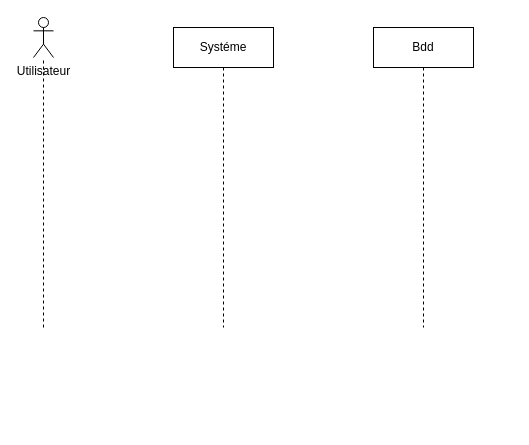
Earlier version of the draw.io diagram Untitled Diagram.drawio (islamhamdaoui/Radiology-system-diagrams). Source tidied: cells renumbered, new cells numbered last; positions are measured from the earlier drawing's top-left corner, leaving out a move shared by most shapes. Both pictures are drawn from the tidied source at 100%, with x=0, y=0 at pixel (33, 17).
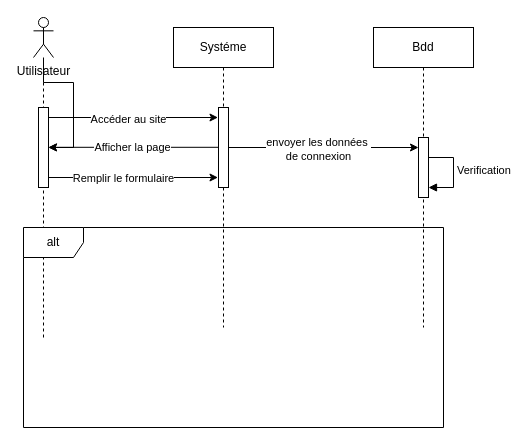
Above is the later version.

Unchanged cells that the change refers to:
```xml
<mxCell id="2" value="Systéme" style="shape=umlLifeline;perimeter=lifelinePerimeter;whiteSpace=wrap;html=1;newEdgeStyle={&quot;edgeStyle&quot;:&quot;elbowEdgeStyle&quot;,&quot;elbow&quot;:&quot;vertical&quot;,&quot;curved&quot;:0,&quot;rounded&quot;:0};" parent="1" vertex="1">
  <mxGeometry x="140" y="10" width="100" height="300" as="geometry" />
</mxCell>
<mxCell id="3" value="Bdd" style="shape=umlLifeline;perimeter=lifelinePerimeter;whiteSpace=wrap;html=1;outlineConnect=0;portConstraint=eastwest;newEdgeStyle={&quot;edgeStyle&quot;:&quot;elbowEdgeStyle&quot;,&quot;elbow&quot;:&quot;vertical&quot;,&quot;curved&quot;:0,&quot;rounded&quot;:0};" parent="1" vertex="1">
  <mxGeometry x="340" y="10" width="100" height="300" as="geometry" />
</mxCell>
<mxCell id="4" value="Utilisateur" style="shape=umlActor;verticalLabelPosition=bottom;verticalAlign=top;html=1;outlineConnect=0;" parent="1" vertex="1">
  <mxGeometry width="20" height="40" as="geometry" />
</mxCell>
```

The edit, as a diff of the source:
```diff
@@
+    <mxCell id="6" style="html=1;points=[[0,0,0,0,5],[0,1,0,0,-5],[1,0,0,0,5],[1,1,0,0,-5]];perimeter=orthogonalPerimeter;outlineConnect=0;targetShapes=umlLifeline;portConstraint=eastwest;newEdgeStyle={&quot;curved&quot;:0,&quot;rounded&quot;:0};" parent="2" vertex="1">
+      <mxGeometry x="45" y="80" width="10" height="80" as="geometry" />
+    </mxCell>
@@
+    <mxCell id="7" value="Verification" style="html=1;align=left;spacingLeft=2;endArrow=block;rounded=0;edgeStyle=orthogonalEdgeStyle;curved=0;rounded=0;" parent="3" edge="1" target="8">
+      <mxGeometry relative="1" as="geometry">
+        <mxPoint x="50" y="130" as="sourcePoint" />
+        <Array as="points">
+          <mxPoint x="80" y="160" />
+        </Array>
+      </mxGeometry>
+    </mxCell>
+    <mxCell id="8" style="html=1;points=[[0,0,0,0,5],[0,1,0,0,-5],[1,0,0,0,5],[1,1,0,0,-5]];perimeter=orthogonalPerimeter;outlineConnect=0;targetShapes=umlLifeline;portConstraint=eastwest;newEdgeStyle={&quot;curved&quot;:0,&quot;rounded&quot;:0};" parent="3" vertex="1">
+      <mxGeometry x="45" y="110" width="10" height="60" as="geometry" />
+    </mxCell>
+    <mxCell id="9" style="endArrow=classic;html=1;rounded=0;" parent="3" edge="1" source="8" target="3">
+      <mxGeometry relative="1" as="geometry" />
+    </mxCell>
+    <mxCell id="10" style="edgeStyle=orthogonalEdgeStyle;rounded=0;jettySize=auto;html=1;" parent="1" edge="1" source="4" target="21">
+      <mxGeometry relative="1" as="geometry" />
+    </mxCell>
@@
     <mxCell id="5" style="endArrow=none;dashed=1;html=1;rounded=0;" parent="1" edge="1" target="4">
       <mxGeometry relative="1" as="geometry">
-        <mxPoint x="10" y="310" as="sourcePoint" />
+        <mxPoint x="10" y="320" as="sourcePoint" />
       </mxGeometry>
     </mxCell>
+    <mxCell id="11" style="endArrow=classic;html=1;rounded=0;" parent="1" edge="1">
+      <mxGeometry relative="1" as="geometry">
+        <mxPoint x="5" y="100" as="sourcePoint" />
+        <mxPoint x="184.5" y="100" as="targetPoint" />
+      </mxGeometry>
+    </mxCell>
+    <mxCell id="12" value="Accéder au site" style="edgeLabel;html=1;align=center;verticalAlign=middle;" parent="11" vertex="1">
+      <mxGeometry x="-0.01" y="-1" relative="1" as="geometry" />
+    </mxCell>
+    <mxCell id="13" style="endArrow=classic;html=1;rounded=0;" parent="1" edge="1" source="21">
+      <mxGeometry relative="1" as="geometry">
+        <mxPoint x="10" y="130" as="targetPoint" />
+      </mxGeometry>
+    </mxCell>
+    <mxCell id="14" style="endArrow=classic;html=1;rounded=0;" parent="1" edge="1">
+      <mxGeometry relative="1" as="geometry">
+        <mxPoint x="5" y="160" as="sourcePoint" />
+        <mxPoint x="184.5" y="160" as="targetPoint" />
+      </mxGeometry>
+    </mxCell>
+    <mxCell id="15" value="Remplir le formulaire" style="edgeLabel;html=1;align=center;verticalAlign=middle;" parent="14" vertex="1">
+      <mxGeometry x="-0.06" relative="1" as="geometry" />
+    </mxCell>
+    <mxCell id="16" style="endArrow=classic;html=1;rounded=0;" parent="1" edge="1" source="6" target="8">
+      <mxGeometry relative="1" as="geometry" />
+    </mxCell>
+    <mxCell id="17" value="envoyer les données&amp;nbsp;&lt;div&gt;de connexion&lt;/div&gt;" style="edgeLabel;html=1;align=center;verticalAlign=middle;" parent="16" vertex="1">
+      <mxGeometry x="-0.06" y="-1" relative="1" as="geometry" />
+    </mxCell>
+    <mxCell id="18" value="alt" style="shape=umlFrame;whiteSpace=wrap;html=1;" parent="1" vertex="1">
+      <mxGeometry x="-10" y="210" width="420" height="200" as="geometry" />
+    </mxCell>
+    <mxCell id="19" style="endArrow=classic;html=1;rounded=0;" parent="1" edge="1" source="6">
+      <mxGeometry relative="1" as="geometry">
+        <mxPoint x="15" y="129.8" as="targetPoint" />
+      </mxGeometry>
+    </mxCell>
+    <mxCell id="20" value="Afficher la page" style="edgeLabel;html=1;align=center;verticalAlign=middle;" parent="19" vertex="1">
+      <mxGeometry x="0.2" y="2" relative="1" as="geometry">
+        <mxPoint x="15" y="-2" as="offset" />
+      </mxGeometry>
+    </mxCell>
+    <mxCell id="21" style="html=1;points=[[0,0,0,0,5],[0,1,0,0,-5],[1,0,0,0,5],[1,1,0,0,-5]];perimeter=orthogonalPerimeter;outlineConnect=0;targetShapes=umlLifeline;portConstraint=eastwest;newEdgeStyle={&quot;curved&quot;:0,&quot;rounded&quot;:0};" parent="1" vertex="1">
+      <mxGeometry x="5" y="90" width="10" height="80" as="geometry" />
+    </mxCell>
```
